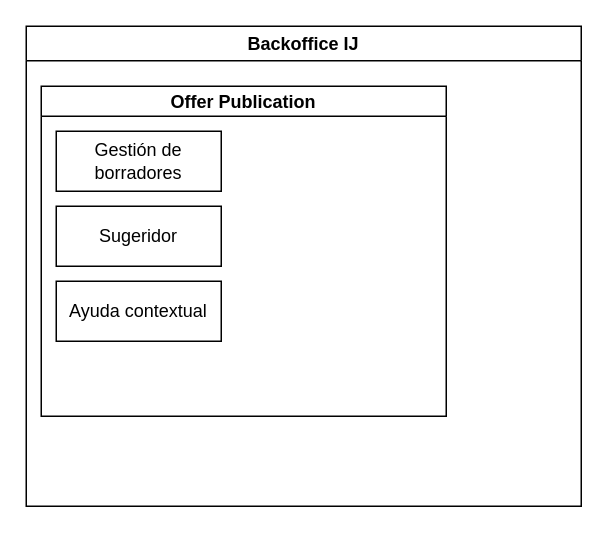
Above: NewBO Business Capabilities Diagram.drawio in ismaelcabanas/storeroom-monolith (draw.io), before the change. Source tidied: cells renumbered, new cells numbered last; positions are measured from the earlier drawing's top-left corner, leaving out a move shared by most shapes. Both pictures are drawn from the tidied source at 150%, with x=0, y=0 at pixel (26, 26).
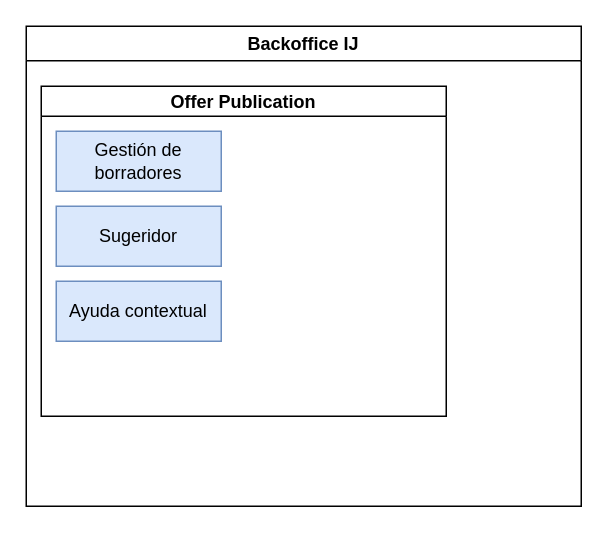
Above is the later version.

Diff of the diagram source:
```diff
@@
 <mxGraphModel>
   <root>
     <mxCell id="0" />
     <mxCell id="1" parent="0" />
     <mxCell id="2" value="Backoffice IJ" style="swimlane;" parent="1" vertex="1">
       <mxGeometry width="370" height="320" as="geometry" />
     </mxCell>
     <mxCell id="3" value="Offer Publication" style="swimlane;startSize=20;" parent="2" vertex="1">
       <mxGeometry x="10" y="40" width="270" height="220" as="geometry" />
     </mxCell>
-    <mxCell id="4" value="Gestión de borradores" style="whiteSpace=wrap;html=1;align=center;newEdgeStyle={&quot;edgeStyle&quot;:&quot;elbowEdgeStyle&quot;,&quot;startArrow&quot;:&quot;none&quot;,&quot;endArrow&quot;:&quot;none&quot;};" parent="3" vertex="1" collapsed="1">
+    <mxCell id="4" value="Gestión de borradores" style="whiteSpace=wrap;html=1;align=center;newEdgeStyle={&quot;edgeStyle&quot;:&quot;elbowEdgeStyle&quot;,&quot;startArrow&quot;:&quot;none&quot;,&quot;endArrow&quot;:&quot;none&quot;};fillColor=#dae8fc;strokeColor=#6c8ebf;" parent="3" vertex="1" collapsed="1">
       <mxGeometry x="10" y="30" width="110" height="40" as="geometry" />
     </mxCell>
-    <mxCell id="5" value="Sugeridor" style="whiteSpace=wrap;html=1;align=center;newEdgeStyle={&quot;edgeStyle&quot;:&quot;elbowEdgeStyle&quot;,&quot;startArrow&quot;:&quot;none&quot;,&quot;endArrow&quot;:&quot;none&quot;};" parent="3" vertex="1" collapsed="1">
+    <mxCell id="5" value="Sugeridor" style="whiteSpace=wrap;html=1;align=center;newEdgeStyle={&quot;edgeStyle&quot;:&quot;elbowEdgeStyle&quot;,&quot;startArrow&quot;:&quot;none&quot;,&quot;endArrow&quot;:&quot;none&quot;};fillColor=#dae8fc;strokeColor=#6c8ebf;" parent="3" vertex="1" collapsed="1">
       <mxGeometry x="10" y="80" width="110" height="40" as="geometry" />
     </mxCell>
-    <mxCell id="6" value="Ayuda contextual" style="whiteSpace=wrap;html=1;align=center;newEdgeStyle={&quot;edgeStyle&quot;:&quot;elbowEdgeStyle&quot;,&quot;startArrow&quot;:&quot;none&quot;,&quot;endArrow&quot;:&quot;none&quot;};" parent="3" vertex="1" collapsed="1">
+    <mxCell id="6" value="Ayuda contextual" style="whiteSpace=wrap;html=1;align=center;newEdgeStyle={&quot;edgeStyle&quot;:&quot;elbowEdgeStyle&quot;,&quot;startArrow&quot;:&quot;none&quot;,&quot;endArrow&quot;:&quot;none&quot;};fillColor=#dae8fc;strokeColor=#6c8ebf;" parent="3" vertex="1" collapsed="1">
       <mxGeometry x="10" y="130" width="110" height="40" as="geometry" />
     </mxCell>
   </root>
 </mxGraphModel>
```
